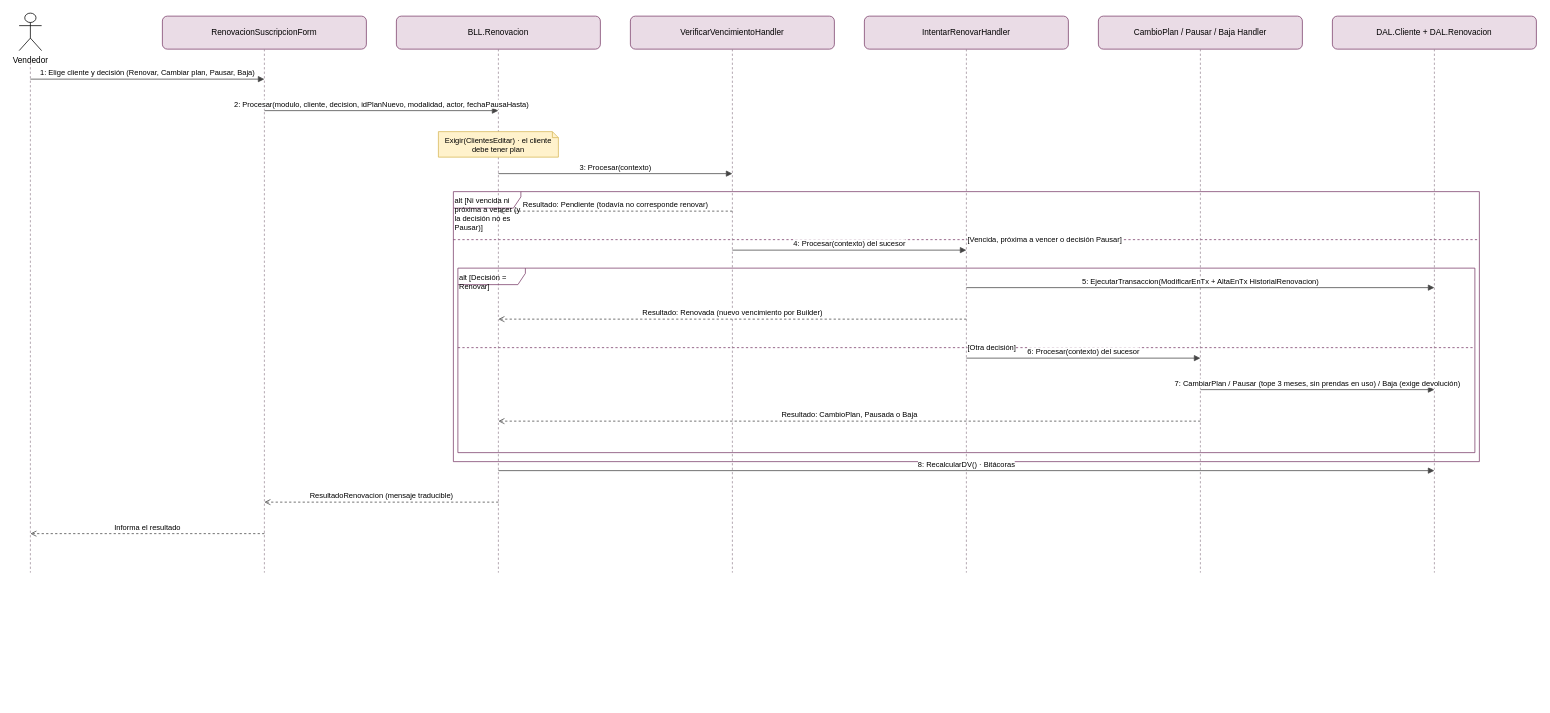
valentinamorana/Trabajo-de-Diploma keeps this draw.io diagram as docs/diagramas/drawio/DSS_N01_CU02_RenovarSuscripcion.drawio. Above is the earlier version. Source tidied: cells renumbered, new cells numbered last; positions are measured from the earlier drawing's top-left corner, leaving out a move shared by most shapes. Both pictures are drawn from the tidied source at 75%, with x=0, y=0 at pixel (19, 13).
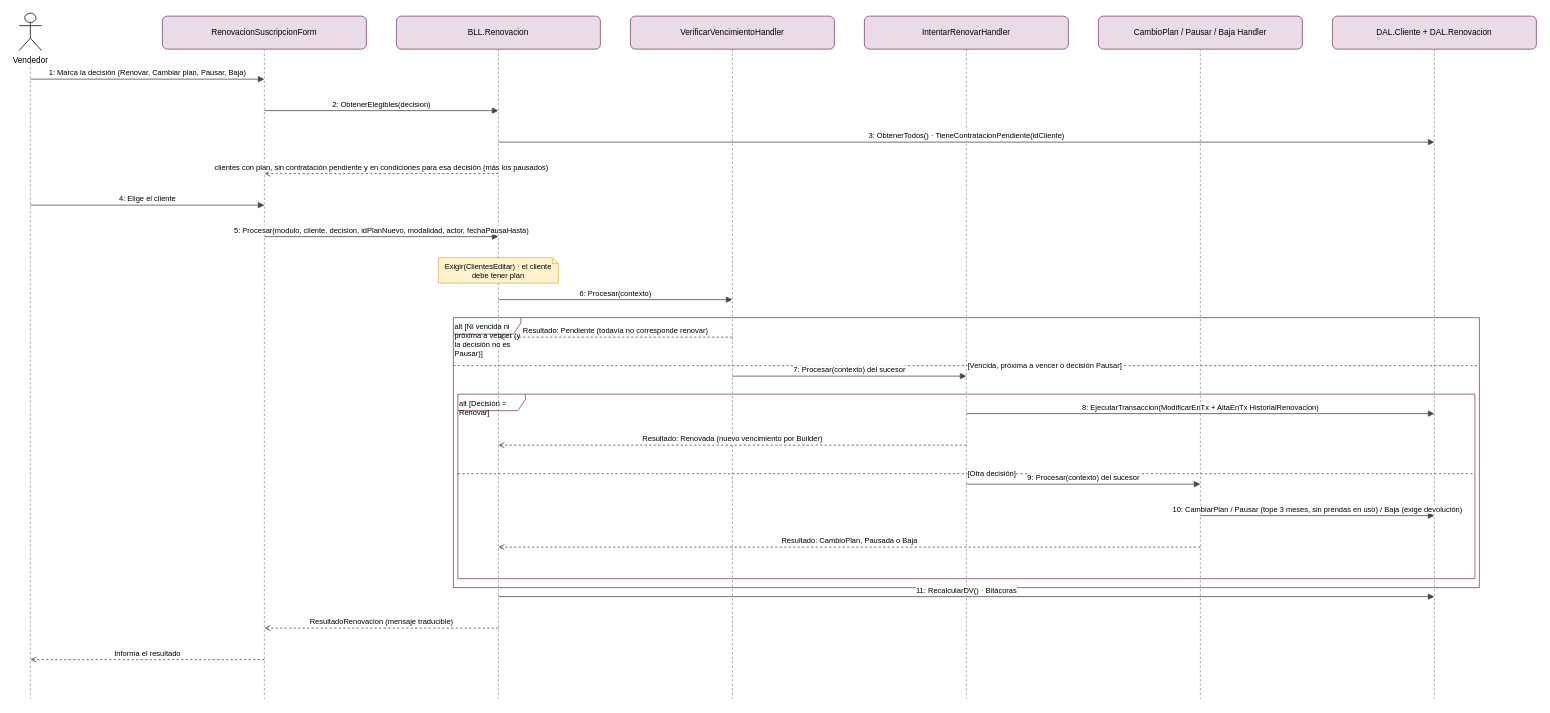
After the change.

The edit, as a diff of the source:
```diff
@@
     <mxCell id="3" style="endArrow=none;dashed=1;html=1;strokeColor=#9a8a96;" parent="1" edge="1">
       <mxGeometry relative="1" as="geometry">
         <mxPoint x="15" y="66" as="sourcePoint" />
-        <mxPoint x="15" y="746" as="targetPoint" />
+        <mxPoint x="15" y="914" as="targetPoint" />
       </mxGeometry>
     </mxCell>
@@
     <mxCell id="5" style="endArrow=none;dashed=1;html=1;strokeColor=#9a8a96;" parent="1" edge="1">
       <mxGeometry relative="1" as="geometry">
         <mxPoint x="327" y="48" as="sourcePoint" />
-        <mxPoint x="327" y="746" as="targetPoint" />
+        <mxPoint x="327" y="914" as="targetPoint" />
       </mxGeometry>
     </mxCell>
@@
     <mxCell id="7" style="endArrow=none;dashed=1;html=1;strokeColor=#9a8a96;" parent="1" edge="1">
       <mxGeometry relative="1" as="geometry">
         <mxPoint x="639" y="48" as="sourcePoint" />
-        <mxPoint x="639" y="746" as="targetPoint" />
+        <mxPoint x="639" y="914" as="targetPoint" />
       </mxGeometry>
     </mxCell>
@@
     <mxCell id="9" style="endArrow=none;dashed=1;html=1;strokeColor=#9a8a96;" parent="1" edge="1">
       <mxGeometry relative="1" as="geometry">
         <mxPoint x="951" y="48" as="sourcePoint" />
-        <mxPoint x="951" y="746" as="targetPoint" />
+        <mxPoint x="951" y="914" as="targetPoint" />
       </mxGeometry>
     </mxCell>
@@
     <mxCell id="11" style="endArrow=none;dashed=1;html=1;strokeColor=#9a8a96;" parent="1" edge="1">
       <mxGeometry relative="1" as="geometry">
         <mxPoint x="1263" y="48" as="sourcePoint" />
-        <mxPoint x="1263" y="746" as="targetPoint" />
+        <mxPoint x="1263" y="914" as="targetPoint" />
       </mxGeometry>
     </mxCell>
@@
     <mxCell id="13" style="endArrow=none;dashed=1;html=1;strokeColor=#9a8a96;" parent="1" edge="1">
       <mxGeometry relative="1" as="geometry">
         <mxPoint x="1575" y="48" as="sourcePoint" />
-        <mxPoint x="1575" y="746" as="targetPoint" />
+        <mxPoint x="1575" y="914" as="targetPoint" />
       </mxGeometry>
     </mxCell>
@@
     <mxCell id="15" style="endArrow=none;dashed=1;html=1;strokeColor=#9a8a96;" parent="1" edge="1">
       <mxGeometry relative="1" as="geometry">
         <mxPoint x="1887" y="48" as="sourcePoint" />
-        <mxPoint x="1887" y="746" as="targetPoint" />
+        <mxPoint x="1887" y="914" as="targetPoint" />
       </mxGeometry>
     </mxCell>
     <mxCell id="16" value="alt [Decisión = Renovar]" style="shape=umlFrame;whiteSpace=wrap;html=1;fillColor=none;strokeColor=#7a3d68;align=left;verticalAlign=top;fontSize=10;width=90;height=22;" parent="1" vertex="1">
-      <mxGeometry x="585" y="340" width="1356" height="246" as="geometry" />
+      <mxGeometry x="585" y="508" width="1356" height="246" as="geometry" />
     </mxCell>
     <mxCell id="17" value="[Otra decisión]" style="endArrow=none;dashed=1;html=1;fontSize=10;align=left;strokeColor=#7a3d68;" parent="1" edge="1">
       <mxGeometry relative="1" as="geometry">
-        <mxPoint x="585" y="446" as="sourcePoint" />
-        <mxPoint x="1941" y="446" as="targetPoint" />
+        <mxPoint x="585" y="614" as="sourcePoint" />
+        <mxPoint x="1941" y="614" as="targetPoint" />
       </mxGeometry>
     </mxCell>
     <mxCell id="18" value="alt [Ni vencida ni próxima a vencer (y la decisión no es Pausar)]" style="shape=umlFrame;whiteSpace=wrap;html=1;fillColor=none;strokeColor=#7a3d68;align=left;verticalAlign=top;fontSize=10;width=90;height=22;" parent="1" vertex="1">
-      <mxGeometry x="579" y="238" width="1368" height="360" as="geometry" />
+      <mxGeometry x="579" y="406" width="1368" height="360" as="geometry" />
     </mxCell>
     <mxCell id="19" value="[Vencida, próxima a vencer o decisión Pausar]" style="endArrow=none;dashed=1;html=1;fontSize=10;align=left;strokeColor=#7a3d68;" parent="1" edge="1">
       <mxGeometry relative="1" as="geometry">
-        <mxPoint x="579" y="302" as="sourcePoint" />
-        <mxPoint x="1947" y="302" as="targetPoint" />
+        <mxPoint x="579" y="470" as="sourcePoint" />
+        <mxPoint x="1947" y="470" as="targetPoint" />
       </mxGeometry>
     </mxCell>
     <mxCell id="20" value="Exigir(ClientesEditar) · el cliente debe tener plan" style="shape=note;whiteSpace=wrap;html=1;fillColor=#FFF2CC;strokeColor=#d6b656;fontSize=10;size=8;" parent="1" vertex="1">
-      <mxGeometry x="559" y="158" width="160" height="34" as="geometry" />
+      <mxGeometry x="559" y="326" width="160" height="34" as="geometry" />
     </mxCell>
-    <mxCell id="21" value="1: Elige cliente y decisión (Renovar, Cambiar plan, Pausar, Baja)" style="html=1;verticalAlign=bottom;endArrow=block;endFill=1;fontSize=10;strokeColor=#444;" parent="1" edge="1">
+    <mxCell id="21" value="1: Marca la decisión (Renovar, Cambiar plan, Pausar, Baja)" style="html=1;verticalAlign=bottom;endArrow=block;endFill=1;fontSize=10;strokeColor=#444;" parent="1" edge="1">
       <mxGeometry relative="1" as="geometry">
         <mxPoint x="15" y="88" as="sourcePoint" />
         <mxPoint x="327" y="88" as="targetPoint" />
       </mxGeometry>
     </mxCell>
-    <mxCell id="22" value="2: Procesar(modulo, cliente, decision, idPlanNuevo, modalidad, actor, fechaPausaHasta)" style="html=1;verticalAlign=bottom;endArrow=block;endFill=1;fontSize=10;strokeColor=#444;" parent="1" edge="1">
+    <mxCell id="22" value="2: ObtenerElegibles(decision)" style="html=1;verticalAlign=bottom;endArrow=block;endFill=1;fontSize=10;strokeColor=#444;" parent="1" edge="1">
       <mxGeometry relative="1" as="geometry">
         <mxPoint x="327" y="130" as="sourcePoint" />
         <mxPoint x="639" y="130" as="targetPoint" />
       </mxGeometry>
     </mxCell>
-    <mxCell id="23" value="3: Procesar(contexto)" style="html=1;verticalAlign=bottom;endArrow=block;endFill=1;fontSize=10;strokeColor=#444;" parent="1" edge="1">
+    <mxCell id="23" value="3: ObtenerTodos() · TieneContratacionPendiente(idCliente)" style="html=1;verticalAlign=bottom;endArrow=block;endFill=1;fontSize=10;strokeColor=#444;" parent="1" edge="1">
       <mxGeometry relative="1" as="geometry">
-        <mxPoint x="639" y="214" as="sourcePoint" />
-        <mxPoint x="951" y="214" as="targetPoint" />
+        <mxPoint x="639" y="172" as="sourcePoint" />
+        <mxPoint x="1887" y="172" as="targetPoint" />
       </mxGeometry>
     </mxCell>
-    <mxCell id="24" value="Resultado: Pendiente (todavía no corresponde renovar)" style="html=1;verticalAlign=bottom;endArrow=open;endFill=0;dashed=1;fontSize=10;strokeColor=#444;" parent="1" edge="1">
+    <mxCell id="24" value="clientes con plan, sin contratación pendiente y en condiciones para esa decisión (más los pausados)" style="html=1;verticalAlign=bottom;endArrow=open;endFill=0;dashed=1;fontSize=10;strokeColor=#444;" parent="1" edge="1">
       <mxGeometry relative="1" as="geometry">
-        <mxPoint x="951" y="264" as="sourcePoint" />
-        <mxPoint x="639" y="264" as="targetPoint" />
+        <mxPoint x="639" y="214" as="sourcePoint" />
+        <mxPoint x="327" y="214" as="targetPoint" />
       </mxGeometry>
     </mxCell>
-    <mxCell id="25" value="4: Procesar(contexto) del sucesor" style="html=1;verticalAlign=bottom;endArrow=block;endFill=1;fontSize=10;strokeColor=#444;" parent="1" edge="1">
+    <mxCell id="25" value="4: Elige el cliente" style="html=1;verticalAlign=bottom;endArrow=block;endFill=1;fontSize=10;strokeColor=#444;" parent="1" edge="1">
       <mxGeometry relative="1" as="geometry">
-        <mxPoint x="951" y="316" as="sourcePoint" />
-        <mxPoint x="1263" y="316" as="targetPoint" />
+        <mxPoint x="15" y="256" as="sourcePoint" />
+        <mxPoint x="327" y="256" as="targetPoint" />
       </mxGeometry>
     </mxCell>
-    <mxCell id="26" value="5: EjecutarTransaccion(ModificarEnTx + AltaEnTx HistorialRenovacion)" style="html=1;verticalAlign=bottom;endArrow=block;endFill=1;fontSize=10;strokeColor=#444;" parent="1" edge="1">
+    <mxCell id="26" value="5: Procesar(modulo, cliente, decision, idPlanNuevo, modalidad, actor, fechaPausaHasta)" style="html=1;verticalAlign=bottom;endArrow=block;endFill=1;fontSize=10;strokeColor=#444;" parent="1" edge="1">
       <mxGeometry relative="1" as="geometry">
-        <mxPoint x="1263" y="366" as="sourcePoint" />
-        <mxPoint x="1887" y="366" as="targetPoint" />
+        <mxPoint x="327" y="298" as="sourcePoint" />
+        <mxPoint x="639" y="298" as="targetPoint" />
       </mxGeometry>
     </mxCell>
-    <mxCell id="27" value="Resultado: Renovada (nuevo vencimiento por Builder)" style="html=1;verticalAlign=bottom;endArrow=open;endFill=0;dashed=1;fontSize=10;strokeColor=#444;" parent="1" edge="1">
+    <mxCell id="27" value="6: Procesar(contexto)" style="html=1;verticalAlign=bottom;endArrow=block;endFill=1;fontSize=10;strokeColor=#444;" parent="1" edge="1">
       <mxGeometry relative="1" as="geometry">
-        <mxPoint x="1263" y="408" as="sourcePoint" />
-        <mxPoint x="639" y="408" as="targetPoint" />
+        <mxPoint x="639" y="382" as="sourcePoint" />
+        <mxPoint x="951" y="382" as="targetPoint" />
       </mxGeometry>
     </mxCell>
-    <mxCell id="28" value="6: Procesar(contexto) del sucesor" style="html=1;verticalAlign=bottom;endArrow=block;endFill=1;fontSize=10;strokeColor=#444;" parent="1" edge="1">
+    <mxCell id="28" value="Resultado: Pendiente (todavía no corresponde renovar)" style="html=1;verticalAlign=bottom;endArrow=open;endFill=0;dashed=1;fontSize=10;strokeColor=#444;" parent="1" edge="1">
       <mxGeometry relative="1" as="geometry">
-        <mxPoint x="1263" y="460" as="sourcePoint" />
-        <mxPoint x="1575" y="460" as="targetPoint" />
+        <mxPoint x="951" y="432" as="sourcePoint" />
+        <mxPoint x="639" y="432" as="targetPoint" />
       </mxGeometry>
     </mxCell>
-    <mxCell id="29" value="7: CambiarPlan / Pausar (tope 3 meses, sin prendas en uso) / Baja (exige devolución)" style="html=1;verticalAlign=bottom;endArrow=block;endFill=1;fontSize=10;strokeColor=#444;" parent="1" edge="1">
+    <mxCell id="29" value="7: Procesar(contexto) del sucesor" style="html=1;verticalAlign=bottom;endArrow=block;endFill=1;fontSize=10;strokeColor=#444;" parent="1" edge="1">
       <mxGeometry relative="1" as="geometry">
-        <mxPoint x="1575" y="502" as="sourcePoint" />
-        <mxPoint x="1887" y="502" as="targetPoint" />
+        <mxPoint x="951" y="484" as="sourcePoint" />
+        <mxPoint x="1263" y="484" as="targetPoint" />
       </mxGeometry>
     </mxCell>
-    <mxCell id="30" value="Resultado: CambioPlan, Pausada o Baja" style="html=1;verticalAlign=bottom;endArrow=open;endFill=0;dashed=1;fontSize=10;strokeColor=#444;" parent="1" edge="1">
+    <mxCell id="30" value="8: EjecutarTransaccion(ModificarEnTx + AltaEnTx HistorialRenovacion)" style="html=1;verticalAlign=bottom;endArrow=block;endFill=1;fontSize=10;strokeColor=#444;" parent="1" edge="1">
       <mxGeometry relative="1" as="geometry">
-        <mxPoint x="1575" y="544" as="sourcePoint" />
-        <mxPoint x="639" y="544" as="targetPoint" />
+        <mxPoint x="1263" y="534" as="sourcePoint" />
+        <mxPoint x="1887" y="534" as="targetPoint" />
       </mxGeometry>
     </mxCell>
-    <mxCell id="31" value="8: RecalcularDV() · Bitácoras" style="html=1;verticalAlign=bottom;endArrow=block;endFill=1;fontSize=10;strokeColor=#444;" parent="1" edge="1">
+    <mxCell id="31" value="Resultado: Renovada (nuevo vencimiento por Builder)" style="html=1;verticalAlign=bottom;endArrow=open;endFill=0;dashed=1;fontSize=10;strokeColor=#444;" parent="1" edge="1">
       <mxGeometry relative="1" as="geometry">
-        <mxPoint x="639" y="610" as="sourcePoint" />
-        <mxPoint x="1887" y="610" as="targetPoint" />
+        <mxPoint x="1263" y="576" as="sourcePoint" />
+        <mxPoint x="639" y="576" as="targetPoint" />
       </mxGeometry>
     </mxCell>
-    <mxCell id="32" value="ResultadoRenovacion (mensaje traducible)" style="html=1;verticalAlign=bottom;endArrow=open;endFill=0;dashed=1;fontSize=10;strokeColor=#444;" parent="1" edge="1">
+    <mxCell id="32" value="9: Procesar(contexto) del sucesor" style="html=1;verticalAlign=bottom;endArrow=block;endFill=1;fontSize=10;strokeColor=#444;" parent="1" edge="1">
       <mxGeometry relative="1" as="geometry">
-        <mxPoint x="639" y="652" as="sourcePoint" />
-        <mxPoint x="327" y="652" as="targetPoint" />
+        <mxPoint x="1263" y="628" as="sourcePoint" />
+        <mxPoint x="1575" y="628" as="targetPoint" />
       </mxGeometry>
     </mxCell>
-    <mxCell id="33" value="Informa el resultado" style="html=1;verticalAlign=bottom;endArrow=open;endFill=0;dashed=1;fontSize=10;strokeColor=#444;" parent="1" edge="1">
+    <mxCell id="33" value="10: CambiarPlan / Pausar (tope 3 meses, sin prendas en uso) / Baja (exige devolución)" style="html=1;verticalAlign=bottom;endArrow=block;endFill=1;fontSize=10;strokeColor=#444;" parent="1" edge="1">
       <mxGeometry relative="1" as="geometry">
-        <mxPoint x="327" y="694" as="sourcePoint" />
-        <mxPoint x="15" y="694" as="targetPoint" />
+        <mxPoint x="1575" y="670" as="sourcePoint" />
+        <mxPoint x="1887" y="670" as="targetPoint" />
       </mxGeometry>
     </mxCell>
+    <mxCell id="34" value="Resultado: CambioPlan, Pausada o Baja" style="html=1;verticalAlign=bottom;endArrow=open;endFill=0;dashed=1;fontSize=10;strokeColor=#444;" parent="1" edge="1">
+      <mxGeometry relative="1" as="geometry">
+        <mxPoint x="1575" y="712" as="sourcePoint" />
+        <mxPoint x="639" y="712" as="targetPoint" />
+      </mxGeometry>
+    </mxCell>
+    <mxCell id="35" value="11: RecalcularDV() · Bitácoras" style="html=1;verticalAlign=bottom;endArrow=block;endFill=1;fontSize=10;strokeColor=#444;" parent="1" edge="1">
+      <mxGeometry relative="1" as="geometry">
+        <mxPoint x="639" y="778" as="sourcePoint" />
+        <mxPoint x="1887" y="778" as="targetPoint" />
+      </mxGeometry>
+    </mxCell>
+    <mxCell id="36" value="ResultadoRenovacion (mensaje traducible)" style="html=1;verticalAlign=bottom;endArrow=open;endFill=0;dashed=1;fontSize=10;strokeColor=#444;" parent="1" edge="1">
+      <mxGeometry relative="1" as="geometry">
+        <mxPoint x="639" y="820" as="sourcePoint" />
+        <mxPoint x="327" y="820" as="targetPoint" />
+      </mxGeometry>
+    </mxCell>
+    <mxCell id="37" value="Informa el resultado" style="html=1;verticalAlign=bottom;endArrow=open;endFill=0;dashed=1;fontSize=10;strokeColor=#444;" parent="1" edge="1">
+      <mxGeometry relative="1" as="geometry">
+        <mxPoint x="327" y="862" as="sourcePoint" />
+        <mxPoint x="15" y="862" as="targetPoint" />
+      </mxGeometry>
+    </mxCell>
```
